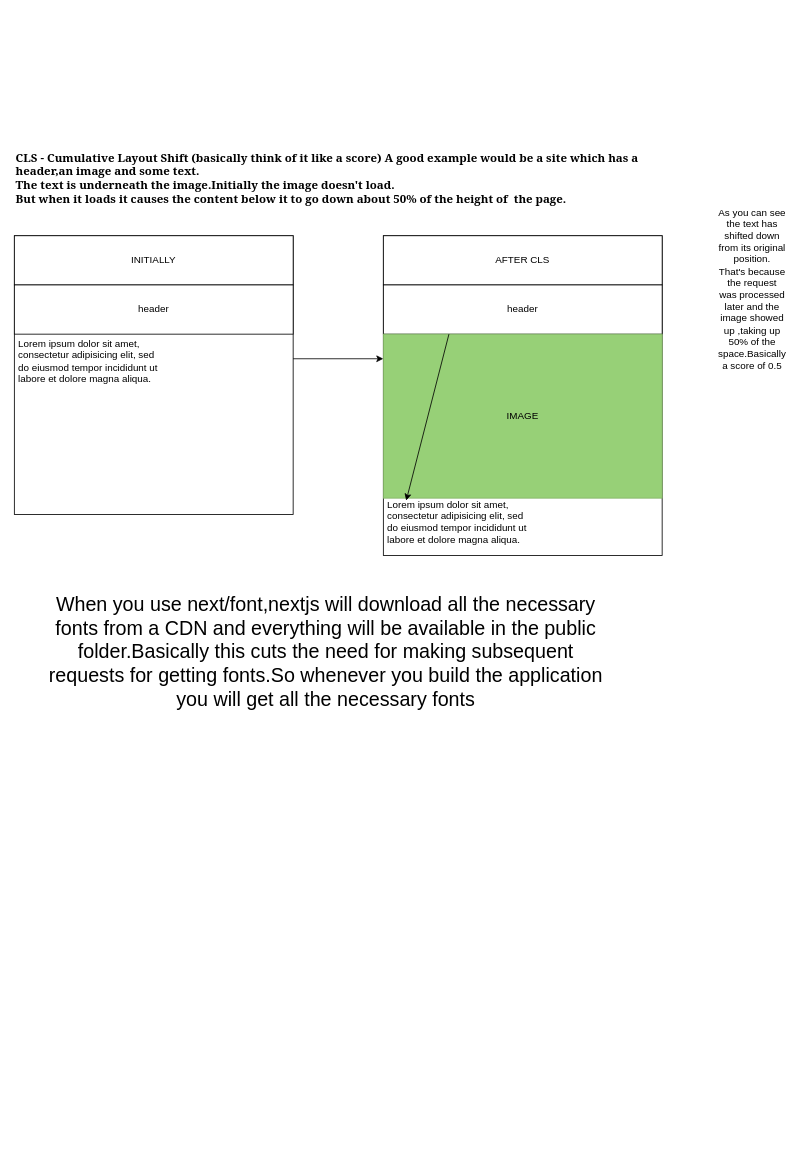
Above: CLS_Fonts.drawio in Mxk01/qr-code-generator (draw.io), before the change. Source tidied: cells renumbered, new cells numbered last; positions are measured from the earlier drawing's top-left corner, leaving out a move shared by most shapes. Both pictures are drawn from the tidied source at 82%, with x=0, y=0 at pixel (14, 14).
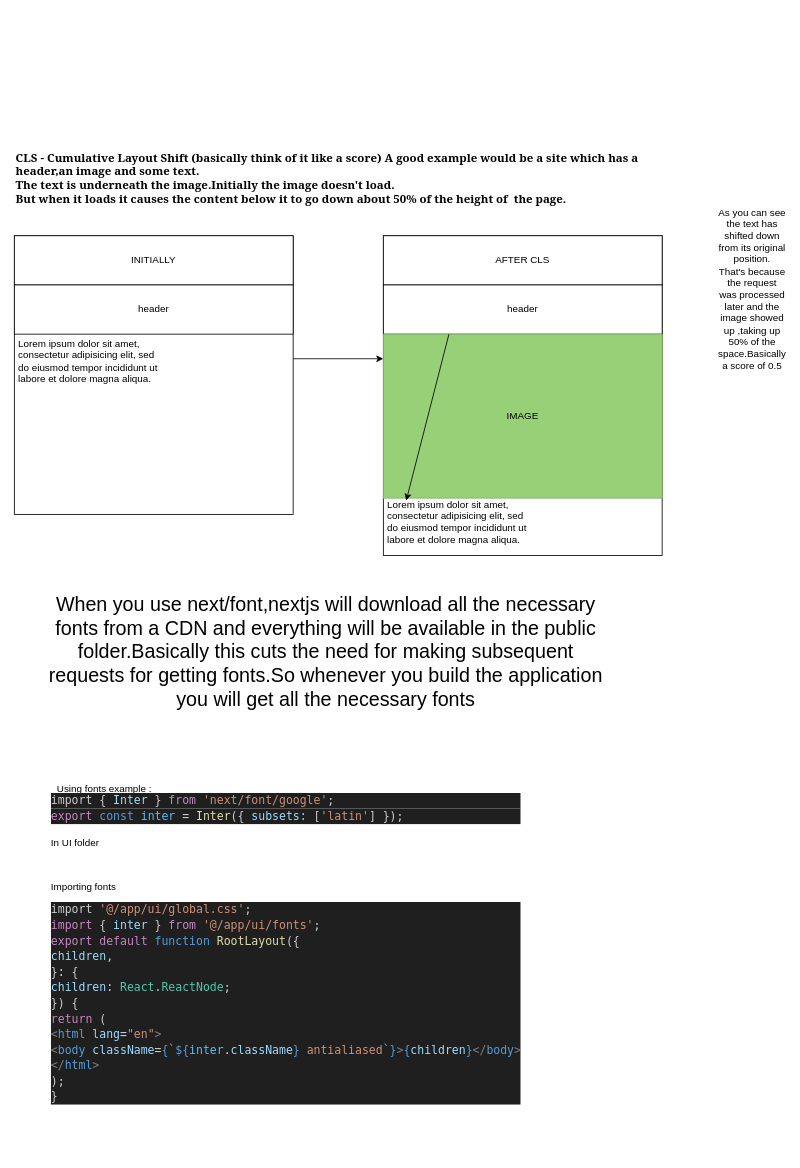
Above is the later version.

Change to the diagram source:
```diff
@@
 <mxGraphModel>
   <root>
     <mxCell id="0" />
     <mxCell id="1" parent="0" />
     <mxCell id="2" value="&lt;div align=&quot;left&quot;&gt;&lt;font face=&quot;Georgia&quot;&gt;&lt;b&gt;&lt;font style=&quot;font-size: 14px;&quot;&gt;CLS - Cumulative Layout Shift (basically think of it like a score) A good example would be a site which has a header,an image and some text.&lt;/font&gt;&lt;/b&gt;&lt;br&gt;&lt;b&gt;&lt;font style=&quot;font-size: 14px;&quot;&gt;The text is underneath the image.Initially the image doesn't load.&lt;/font&gt;&lt;/b&gt;&lt;br&gt;&lt;b&gt;&lt;font style=&quot;font-size: 14px;&quot;&gt;But when it loads it causes the content below it to go down about 50% of the height of&amp;nbsp; the page.&lt;/font&gt;&lt;/b&gt;&lt;/font&gt;&lt;/div&gt;" style="text;html=1;strokeColor=none;fillColor=none;align=left;verticalAlign=middle;whiteSpace=wrap;rounded=0;" parent="1" vertex="1">
       <mxGeometry width="830" height="400" as="geometry" />
     </mxCell>
     <mxCell id="3" style="rounded=0;whiteSpace=wrap;html=1;" parent="1" vertex="1">
       <mxGeometry y="270" width="340" height="340" as="geometry" />
     </mxCell>
     <mxCell id="4" style="endArrow=classic;html=1;rounded=0;" parent="1" edge="1">
       <mxGeometry relative="1" as="geometry">
         <mxPoint x="340" y="420" as="sourcePoint" />
         <mxPoint x="450" y="420" as="targetPoint" />
       </mxGeometry>
     </mxCell>
     <mxCell id="5" style="rounded=0;whiteSpace=wrap;html=1;" parent="1" vertex="1">
       <mxGeometry x="450" y="270" width="340" height="390" as="geometry" />
     </mxCell>
     <mxCell id="6" value="INITIALLY" style="rounded=0;whiteSpace=wrap;html=1;" parent="1" vertex="1">
       <mxGeometry y="270" width="340" height="60" as="geometry" />
     </mxCell>
     <mxCell id="7" value="AFTER CLS" style="rounded=0;whiteSpace=wrap;html=1;" parent="1" vertex="1">
       <mxGeometry x="450" y="270" width="340" height="60" as="geometry" />
     </mxCell>
     <mxCell id="8" value="&lt;h1&gt;&lt;br&gt;&lt;/h1&gt;&lt;p&gt;Lorem ipsum dolor sit amet, consectetur adipisicing elit, sed do eiusmod tempor incididunt ut labore et dolore magna aliqua.&lt;/p&gt;" style="text;html=1;strokeColor=none;fillColor=none;spacing=5;spacingTop=-20;whiteSpace=wrap;overflow=hidden;rounded=0;" parent="1" vertex="1">
       <mxGeometry y="344" width="190" height="120" as="geometry" />
     </mxCell>
     <mxCell id="9" value="header" style="rounded=0;whiteSpace=wrap;html=1;" parent="1" vertex="1">
       <mxGeometry y="330" width="340" height="60" as="geometry" />
     </mxCell>
     <mxCell id="10" value="header" style="rounded=0;whiteSpace=wrap;html=1;" parent="1" vertex="1">
       <mxGeometry x="450" y="330" width="340" height="60" as="geometry" />
     </mxCell>
     <mxCell id="11" value="&lt;h1&gt;&lt;br&gt;&lt;/h1&gt;&lt;p&gt;Lorem ipsum dolor sit amet, consectetur adipisicing elit, sed do eiusmod tempor incididunt ut labore et dolore magna aliqua.&lt;/p&gt;" style="text;html=1;strokeColor=none;fillColor=none;spacing=5;spacingTop=-20;whiteSpace=wrap;overflow=hidden;rounded=0;" parent="1" vertex="1">
       <mxGeometry x="450" y="540" width="190" height="120" as="geometry" />
     </mxCell>
     <mxCell id="12" value="IMAGE" style="rounded=0;whiteSpace=wrap;html=1;fillColor=#97D077;strokeColor=#82b366;" parent="1" vertex="1">
       <mxGeometry x="450" y="390" width="340" height="200" as="geometry" />
     </mxCell>
     <mxCell id="13" style="endArrow=classic;html=1;rounded=0;entryX=0.082;entryY=1.015;entryDx=0;entryDy=0;entryPerimeter=0;" parent="1" edge="1" target="12">
       <mxGeometry relative="1" as="geometry">
         <mxPoint x="530" y="390" as="sourcePoint" />
       </mxGeometry>
     </mxCell>
     <mxCell id="14" value="&lt;div&gt;As you can see the text has shifted down from its original position.&lt;/div&gt;&lt;div&gt;That's because the request was processed later and the image showed up ,taking up 50% of the space.Basically a score of 0.5&lt;br&gt;&lt;/div&gt;" style="text;html=1;strokeColor=none;fillColor=none;align=center;verticalAlign=middle;whiteSpace=wrap;rounded=0;" parent="1" vertex="1">
       <mxGeometry x="870" y="320" width="60" height="30" as="geometry" />
     </mxCell>
     <mxCell id="15" value="&lt;div style=&quot;font-size: 24px;&quot;&gt;When you use next/font,nextjs will download all the necessary fonts from a CDN and everything will be available in the public folder.Basically this cuts the need for making subsequent requests for getting fonts.So whenever you build the application you will get all the necessary fonts&lt;/div&gt;&lt;div&gt;&lt;br&gt;&lt;/div&gt;" style="text;html=1;strokeColor=none;fillColor=none;align=center;verticalAlign=middle;whiteSpace=wrap;rounded=0;" parent="1" vertex="1">
       <mxGeometry x="30" y="670" width="700" height="230" as="geometry" />
     </mxCell>
+    <mxCell id="16" value="Using fonts example :" style="text;html=1;strokeColor=none;fillColor=none;align=center;verticalAlign=middle;whiteSpace=wrap;rounded=0;" parent="1" vertex="1">
+      <mxGeometry x="40" y="920" width="140" height="50" as="geometry" />
+    </mxCell>
+    <mxCell id="17" value="&lt;div style=&quot;color: rgb(204, 204, 204); background-color: rgb(31, 31, 31); font-family: &amp;quot;Droid Sans Mono&amp;quot;, &amp;quot;monospace&amp;quot;, monospace; font-weight: normal; font-size: 14px; line-height: 19px;&quot;&gt;import&lt;span style=&quot;color: #cccccc;&quot;&gt; { &lt;/span&gt;&lt;span style=&quot;color: #9cdcfe;&quot;&gt;Inter&lt;/span&gt;&lt;span style=&quot;color: #cccccc;&quot;&gt; } &lt;/span&gt;&lt;span style=&quot;color: #c586c0;&quot;&gt;from&lt;/span&gt;&lt;span style=&quot;color: #cccccc;&quot;&gt; &lt;/span&gt;&lt;span style=&quot;color: #ce9178;&quot;&gt;'next/font/google'&lt;/span&gt;&lt;span style=&quot;color: #cccccc;&quot;&gt;;&lt;/span&gt;&lt;/div&gt;&lt;div style=&quot;color: rgb(204, 204, 204); background-color: rgb(31, 31, 31); font-family: &amp;quot;Droid Sans Mono&amp;quot;, &amp;quot;monospace&amp;quot;, monospace; font-weight: normal; font-size: 14px; line-height: 19px;&quot;&gt;&lt;div&gt;&lt;span style=&quot;color: #cccccc;&quot;&gt; &lt;/span&gt;&lt;/div&gt;&lt;div&gt;&lt;span style=&quot;color: #c586c0;&quot;&gt;export&lt;/span&gt;&lt;span style=&quot;color: #cccccc;&quot;&gt; &lt;/span&gt;&lt;span style=&quot;color: #569cd6;&quot;&gt;const&lt;/span&gt;&lt;span style=&quot;color: #cccccc;&quot;&gt; &lt;/span&gt;&lt;span style=&quot;color: #4fc1ff;&quot;&gt;inter&lt;/span&gt;&lt;span style=&quot;color: #cccccc;&quot;&gt; &lt;/span&gt;&lt;span style=&quot;color: #d4d4d4;&quot;&gt;=&lt;/span&gt;&lt;span style=&quot;color: #cccccc;&quot;&gt; &lt;/span&gt;&lt;span style=&quot;color: #dcdcaa;&quot;&gt;Inter&lt;/span&gt;&lt;span style=&quot;color: #cccccc;&quot;&gt;({ &lt;/span&gt;&lt;span style=&quot;color: #9cdcfe;&quot;&gt;subsets&lt;/span&gt;&lt;span style=&quot;color: #9cdcfe;&quot;&gt;:&lt;/span&gt;&lt;span style=&quot;color: #cccccc;&quot;&gt; [&lt;/span&gt;&lt;span style=&quot;color: #ce9178;&quot;&gt;'latin'&lt;/span&gt;&lt;span style=&quot;color: #cccccc;&quot;&gt;] });&lt;/span&gt;&lt;/div&gt;&lt;/div&gt;&lt;h1&gt;&lt;/h1&gt;&lt;p&gt;In UI folder&lt;/p&gt;&lt;p&gt;&lt;br&gt;&lt;/p&gt;&lt;p&gt;Importing fonts &lt;br&gt;&lt;/p&gt;&lt;div style=&quot;color: rgb(204, 204, 204); background-color: rgb(31, 31, 31); font-family: &amp;quot;Droid Sans Mono&amp;quot;, &amp;quot;monospace&amp;quot;, monospace; font-weight: normal; font-size: 14px; line-height: 19px;&quot;&gt;&lt;div&gt;import&lt;span style=&quot;color: #cccccc;&quot;&gt; &lt;/span&gt;&lt;span style=&quot;color: #ce9178;&quot;&gt;'@/app/ui/global.css'&lt;/span&gt;&lt;span style=&quot;color: #cccccc;&quot;&gt;;&lt;/span&gt;&lt;/div&gt;&lt;div&gt;&lt;span style=&quot;color: #c586c0;&quot;&gt;import&lt;/span&gt;&lt;span style=&quot;color: #cccccc;&quot;&gt; { &lt;/span&gt;&lt;span style=&quot;color: #9cdcfe;&quot;&gt;inter&lt;/span&gt;&lt;span style=&quot;color: #cccccc;&quot;&gt; } &lt;/span&gt;&lt;span style=&quot;color: #c586c0;&quot;&gt;from&lt;/span&gt;&lt;span style=&quot;color: #cccccc;&quot;&gt; &lt;/span&gt;&lt;span style=&quot;color: #ce9178;&quot;&gt;'@/app/ui/fonts'&lt;/span&gt;&lt;span style=&quot;color: #cccccc;&quot;&gt;;&lt;/span&gt;&lt;/div&gt;&lt;div&gt;&lt;span style=&quot;color: #cccccc;&quot;&gt; &lt;/span&gt;&lt;/div&gt;&lt;div&gt;&lt;span style=&quot;color: #c586c0;&quot;&gt;export&lt;/span&gt;&lt;span style=&quot;color: #cccccc;&quot;&gt; &lt;/span&gt;&lt;span style=&quot;color: #c586c0;&quot;&gt;default&lt;/span&gt;&lt;span style=&quot;color: #cccccc;&quot;&gt; &lt;/span&gt;&lt;span style=&quot;color: #569cd6;&quot;&gt;function&lt;/span&gt;&lt;span style=&quot;color: #cccccc;&quot;&gt; &lt;/span&gt;&lt;span style=&quot;color: #dcdcaa;&quot;&gt;RootLayout&lt;/span&gt;&lt;span style=&quot;color: #cccccc;&quot;&gt;({&lt;/span&gt;&lt;/div&gt;&lt;div&gt;&lt;span style=&quot;color: #cccccc;&quot;&gt;  &lt;/span&gt;&lt;span style=&quot;color: #9cdcfe;&quot;&gt;children&lt;/span&gt;&lt;span style=&quot;color: #cccccc;&quot;&gt;,&lt;/span&gt;&lt;/div&gt;&lt;div&gt;&lt;span style=&quot;color: #cccccc;&quot;&gt;}&lt;/span&gt;&lt;span style=&quot;color: #d4d4d4;&quot;&gt;:&lt;/span&gt;&lt;span style=&quot;color: #cccccc;&quot;&gt; {&lt;/span&gt;&lt;/div&gt;&lt;div&gt;&lt;span style=&quot;color: #cccccc;&quot;&gt;  &lt;/span&gt;&lt;span style=&quot;color: #9cdcfe;&quot;&gt;children&lt;/span&gt;&lt;span style=&quot;color: #d4d4d4;&quot;&gt;:&lt;/span&gt;&lt;span style=&quot;color: #cccccc;&quot;&gt; &lt;/span&gt;&lt;span style=&quot;color: #4ec9b0;&quot;&gt;React&lt;/span&gt;&lt;span style=&quot;color: #cccccc;&quot;&gt;.&lt;/span&gt;&lt;span style=&quot;color: #4ec9b0;&quot;&gt;ReactNode&lt;/span&gt;&lt;span style=&quot;color: #cccccc;&quot;&gt;;&lt;/span&gt;&lt;/div&gt;&lt;div&gt;&lt;span style=&quot;color: #cccccc;&quot;&gt;}) {&lt;/span&gt;&lt;/div&gt;&lt;div&gt;&lt;span style=&quot;color: #cccccc;&quot;&gt;  &lt;/span&gt;&lt;span style=&quot;color: #c586c0;&quot;&gt;return&lt;/span&gt;&lt;span style=&quot;color: #cccccc;&quot;&gt; (&lt;/span&gt;&lt;/div&gt;&lt;div&gt;&lt;span style=&quot;color: #cccccc;&quot;&gt;    &lt;/span&gt;&lt;span style=&quot;color: #808080;&quot;&gt;&amp;lt;&lt;/span&gt;&lt;span style=&quot;color: #569cd6;&quot;&gt;html&lt;/span&gt;&lt;span style=&quot;color: #cccccc;&quot;&gt; &lt;/span&gt;&lt;span style=&quot;color: #9cdcfe;&quot;&gt;lang&lt;/span&gt;&lt;span style=&quot;color: #d4d4d4;&quot;&gt;=&lt;/span&gt;&lt;span style=&quot;color: #ce9178;&quot;&gt;&quot;en&quot;&lt;/span&gt;&lt;span style=&quot;color: #808080;&quot;&gt;&amp;gt;&lt;/span&gt;&lt;/div&gt;&lt;div&gt;&lt;span style=&quot;color: #cccccc;&quot;&gt;      &lt;/span&gt;&lt;span style=&quot;color: #808080;&quot;&gt;&amp;lt;&lt;/span&gt;&lt;span style=&quot;color: #569cd6;&quot;&gt;body&lt;/span&gt;&lt;span style=&quot;color: #cccccc;&quot;&gt; &lt;/span&gt;&lt;span style=&quot;color: #9cdcfe;&quot;&gt;className&lt;/span&gt;&lt;span style=&quot;color: #d4d4d4;&quot;&gt;=&lt;/span&gt;&lt;span style=&quot;color: #569cd6;&quot;&gt;{&lt;/span&gt;&lt;span style=&quot;color: #ce9178;&quot;&gt;`&lt;/span&gt;&lt;span style=&quot;color: #569cd6;&quot;&gt;${&lt;/span&gt;&lt;span style=&quot;color: #4fc1ff;&quot;&gt;inter&lt;/span&gt;&lt;span style=&quot;color: #d4d4d4;&quot;&gt;.&lt;/span&gt;&lt;span style=&quot;color: #9cdcfe;&quot;&gt;className&lt;/span&gt;&lt;span style=&quot;color: #569cd6;&quot;&gt;}&lt;/span&gt;&lt;span style=&quot;color: #ce9178;&quot;&gt; antialiased`&lt;/span&gt;&lt;span style=&quot;color: #569cd6;&quot;&gt;}&lt;/span&gt;&lt;span style=&quot;color: #808080;&quot;&gt;&amp;gt;&lt;/span&gt;&lt;span style=&quot;color: #569cd6;&quot;&gt;{&lt;/span&gt;&lt;span style=&quot;color: #9cdcfe;&quot;&gt;children&lt;/span&gt;&lt;span style=&quot;color: #569cd6;&quot;&gt;}&lt;/span&gt;&lt;span style=&quot;color: #808080;&quot;&gt;&amp;lt;/&lt;/span&gt;&lt;span style=&quot;color: #569cd6;&quot;&gt;body&lt;/span&gt;&lt;span style=&quot;color: #808080;&quot;&gt;&amp;gt;&lt;/span&gt;&lt;/div&gt;&lt;div&gt;&lt;span style=&quot;color: #cccccc;&quot;&gt;    &lt;/span&gt;&lt;span style=&quot;color: #808080;&quot;&gt;&amp;lt;/&lt;/span&gt;&lt;span style=&quot;color: #569cd6;&quot;&gt;html&lt;/span&gt;&lt;span style=&quot;color: #808080;&quot;&gt;&amp;gt;&lt;/span&gt;&lt;/div&gt;&lt;div&gt;&lt;span style=&quot;color: #cccccc;&quot;&gt;  );&lt;/span&gt;&lt;/div&gt;&lt;div&gt;&lt;span style=&quot;color: #cccccc;&quot;&gt;}&lt;/span&gt;&lt;/div&gt;&lt;/div&gt;&lt;p&gt;&lt;/p&gt;" style="text;html=1;strokeColor=none;fillColor=none;spacing=5;spacingTop=-20;whiteSpace=wrap;overflow=hidden;rounded=0;" parent="1" vertex="1">
+      <mxGeometry x="40" y="960" width="610" height="430" as="geometry" />
+    </mxCell>
   </root>
 </mxGraphModel>
```
